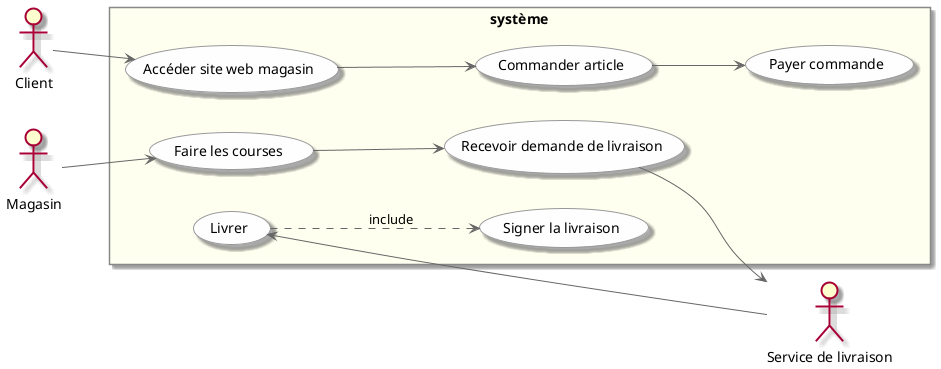
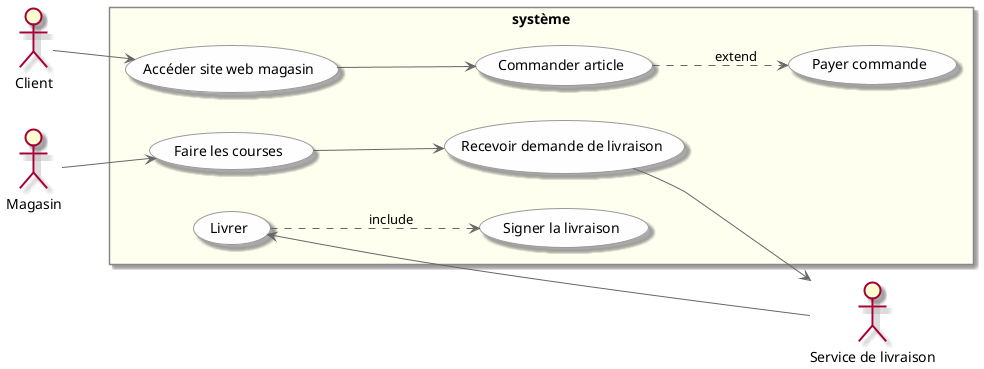
@startuml
skin rose
skinparam usecase {
  BackgroundColor #FEFEFE
  BorderColor #999999
  ArrowColor #666666
  ActorBorderColor #555555
}
skinparam rectangle {
  BorderColor #888888
  BackgroundColor #FFFFF0
}

left to right direction

actor "Client" as C
actor "Magasin" as M
actor "Service de livraison" as SL
+ 
rectangle système {
    (Accéder site web magasin) as ASWM
    (Commander article) as CA
    (Payer commande) as PC
    (Faire les courses) as FC
    (Recevoir demande de livraison) as RDL
    (Livrer) as L
    (Signer la livraison) as SLL

    C --> ASWM
    ASWM --> CA
-     CA --> PC
+     CA ..> PC : extend
    M --> FC
    FC --> RDL
    RDL --> SL
    SL --> L
    L ..> SLL : include
}


@enduml